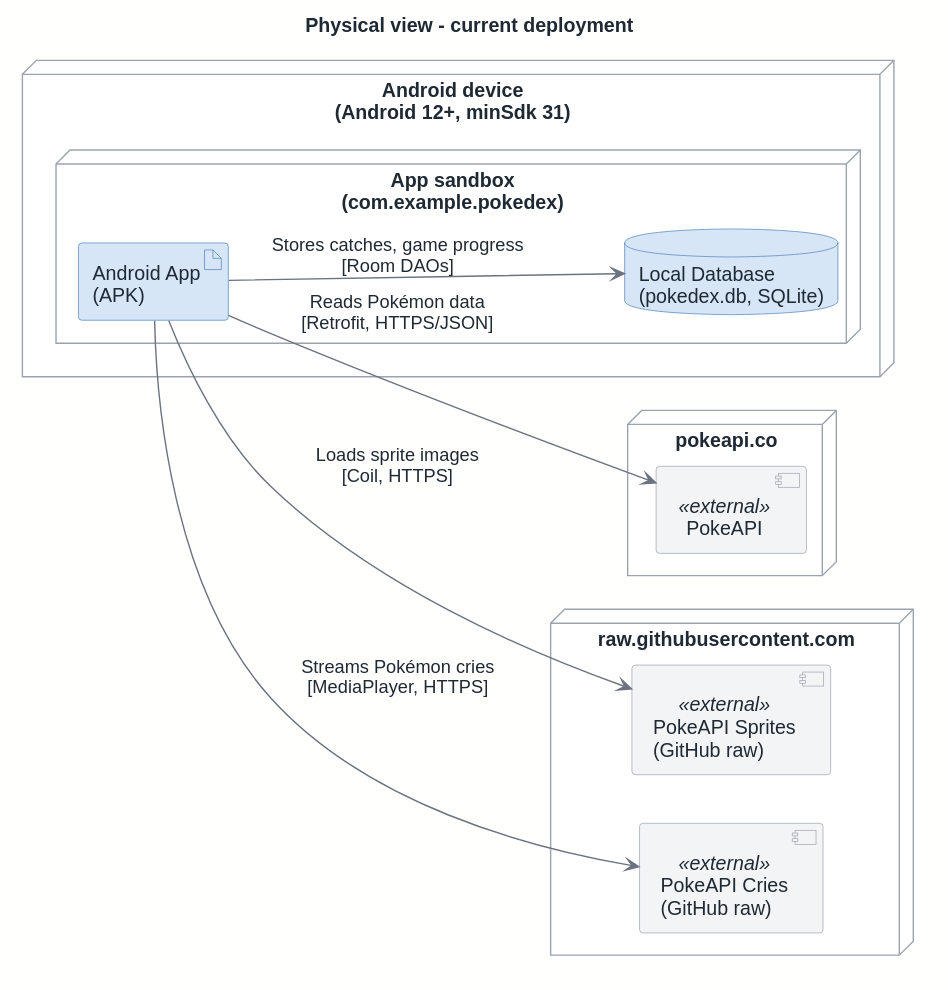
The PlantUML diagram docs/architecture/out/physical.svg in rodrigo4sousa/Pokedex, before a commit.
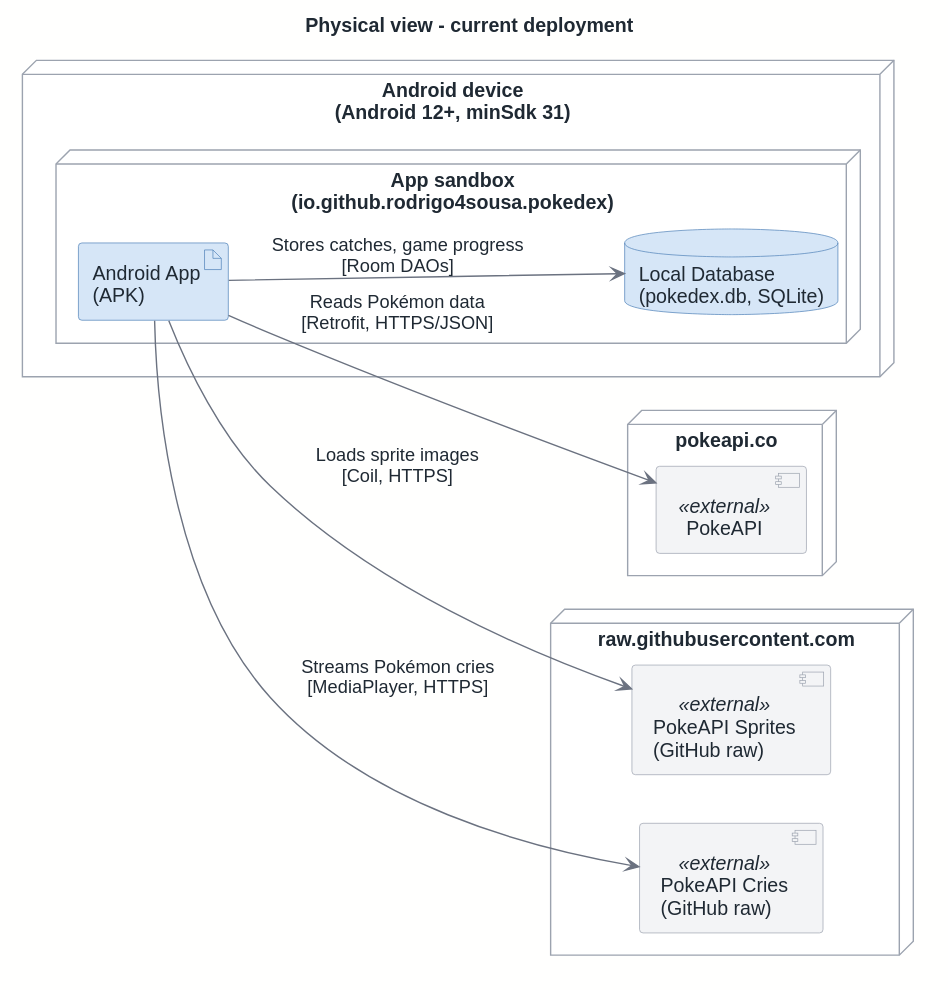
After the commit.

Change to the diagram source:
```diff
@@ -5,7 +5,7 @@
 left to right direction
 
 node "Android device\n(Android 12+, minSdk 31)" as device {
-    node "App sandbox\n(com.example.pokedex)" as sandbox {
+    node "App sandbox\n(io.github.rodrigo4sousa.pokedex)" as sandbox {
         artifact "Android App\n(APK)" as apk
         database "Local Database\n(pokedex.db, SQLite)" as db
     }
```
